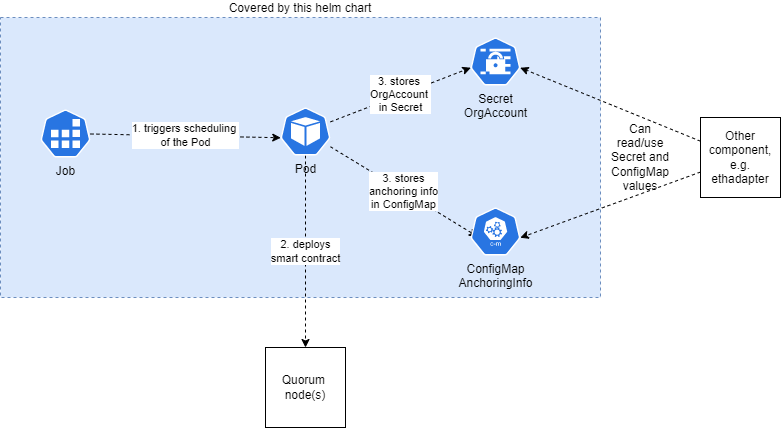
This is charts/smartcontract/docs/smartcontract.drawio.png from PharmaLedger-IMI/helmchart-ethadapter, a draw.io export, as it was before one commit. Source tidied: cells renumbered, new cells last; positions are measured from the earlier drawing's top-left corner, leaving out a move shared by most shapes.
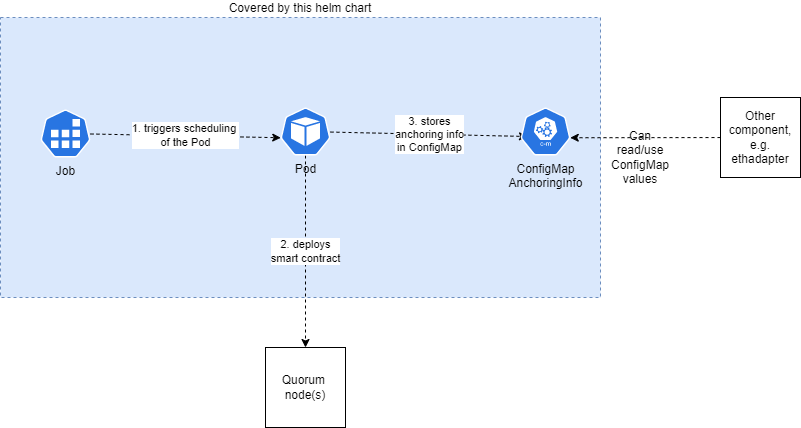
After the commit.

Diff of the diagram source:
```diff
@@ -20,28 +20,19 @@
     <mxCell id="7" value="3. stores&lt;br&gt;anchoring info&lt;br&gt;in ConfigMap" style="edgeStyle=none;rounded=0;jettySize=auto;html=1;entryX=0.14;entryY=0.604;entryDx=0;entryDy=0;entryPerimeter=0;dashed=1;" parent="1" edge="1" source="9" target="11">
       <mxGeometry relative="1" as="geometry" />
     </mxCell>
-    <mxCell id="8" value="3. stores &lt;br&gt;OrgAccount &lt;br&gt;in Secret" style="edgeStyle=none;rounded=0;jettySize=auto;html=1;entryX=0.005;entryY=0.63;entryDx=0;entryDy=0;entryPerimeter=0;dashed=1;" parent="1" edge="1" source="9" target="10">
-      <mxGeometry relative="1" as="geometry" />
-    </mxCell>
     <mxCell id="9" value="Pod" style="sketch=0;html=1;dashed=0;whitespace=wrap;fillColor=#2875E2;strokeColor=#ffffff;points=[[0.005,0.63,0],[0.1,0.2,0],[0.9,0.2,0],[0.5,0,0],[0.995,0.63,0],[0.72,0.99,0],[0.5,1,0],[0.28,0.99,0]];shape=mxgraph.kubernetes.icon;prIcon=pod;labelPosition=center;verticalLabelPosition=bottom;align=center;verticalAlign=top;" parent="1" vertex="1">
       <mxGeometry x="280" y="90" width="50" height="48" as="geometry" />
     </mxCell>
-    <mxCell id="10" value="Secret&lt;br&gt;OrgAccount" style="sketch=0;html=1;dashed=0;whitespace=wrap;fillColor=#2875E2;strokeColor=#ffffff;points=[[0.005,0.63,0],[0.1,0.2,0],[0.9,0.2,0],[0.5,0,0],[0.995,0.63,0],[0.72,0.99,0],[0.5,1,0],[0.28,0.99,0]];shape=mxgraph.kubernetes.icon;prIcon=secret;labelPosition=center;verticalLabelPosition=bottom;align=center;verticalAlign=top;" parent="1" vertex="1">
-      <mxGeometry x="470" y="20" width="50" height="48" as="geometry" />
-    </mxCell>
     <mxCell id="11" value="ConfigMap&lt;br&gt;AnchoringInfo" style="sketch=0;html=1;dashed=0;whitespace=wrap;fillColor=#2875E2;strokeColor=#ffffff;points=[[0.005,0.63,0],[0.1,0.2,0],[0.9,0.2,0],[0.5,0,0],[0.995,0.63,0],[0.72,0.99,0],[0.5,1,0],[0.28,0.99,0]];shape=mxgraph.kubernetes.icon;prIcon=c_m;labelPosition=center;verticalLabelPosition=bottom;align=center;verticalAlign=top;" parent="1" vertex="1">
-      <mxGeometry x="470" y="190" width="50" height="48" as="geometry" />
+      <mxGeometry x="520" y="90" width="50" height="48" as="geometry" />
     </mxCell>
-    <mxCell id="12" style="edgeStyle=none;rounded=0;jettySize=auto;html=1;entryX=0.995;entryY=0.63;entryDx=0;entryDy=0;entryPerimeter=0;dashed=1;" parent="1" edge="1" source="14" target="10">
-      <mxGeometry relative="1" as="geometry" />
-    </mxCell>
     <mxCell id="13" style="edgeStyle=none;rounded=0;jettySize=auto;html=1;entryX=0.995;entryY=0.63;entryDx=0;entryDy=0;entryPerimeter=0;dashed=1;" parent="1" edge="1" source="14" target="11">
       <mxGeometry relative="1" as="geometry" />
     </mxCell>
     <mxCell id="14" value="Other component,&lt;br&gt;e.g. ethadapter" style="whiteSpace=wrap;html=1;" parent="1" vertex="1">
-      <mxGeometry x="700" y="100" width="80" height="80" as="geometry" />
+      <mxGeometry x="720" y="80" width="80" height="80" as="geometry" />
     </mxCell>
-    <mxCell id="15" value="Can read/use&lt;br&gt;Secret and&lt;br&gt;ConfigMap&lt;br&gt;values" style="text;html=1;strokeColor=none;fillColor=none;align=center;verticalAlign=middle;whiteSpace=wrap;rounded=0;" parent="1" vertex="1">
+    <mxCell id="15" value="Can read/use&lt;br&gt;ConfigMap&lt;br&gt;values" style="text;html=1;strokeColor=none;fillColor=none;align=center;verticalAlign=middle;whiteSpace=wrap;rounded=0;" parent="1" vertex="1">
       <mxGeometry x="610" y="125" width="60" height="30" as="geometry" />
     </mxCell>
   </root>
```
